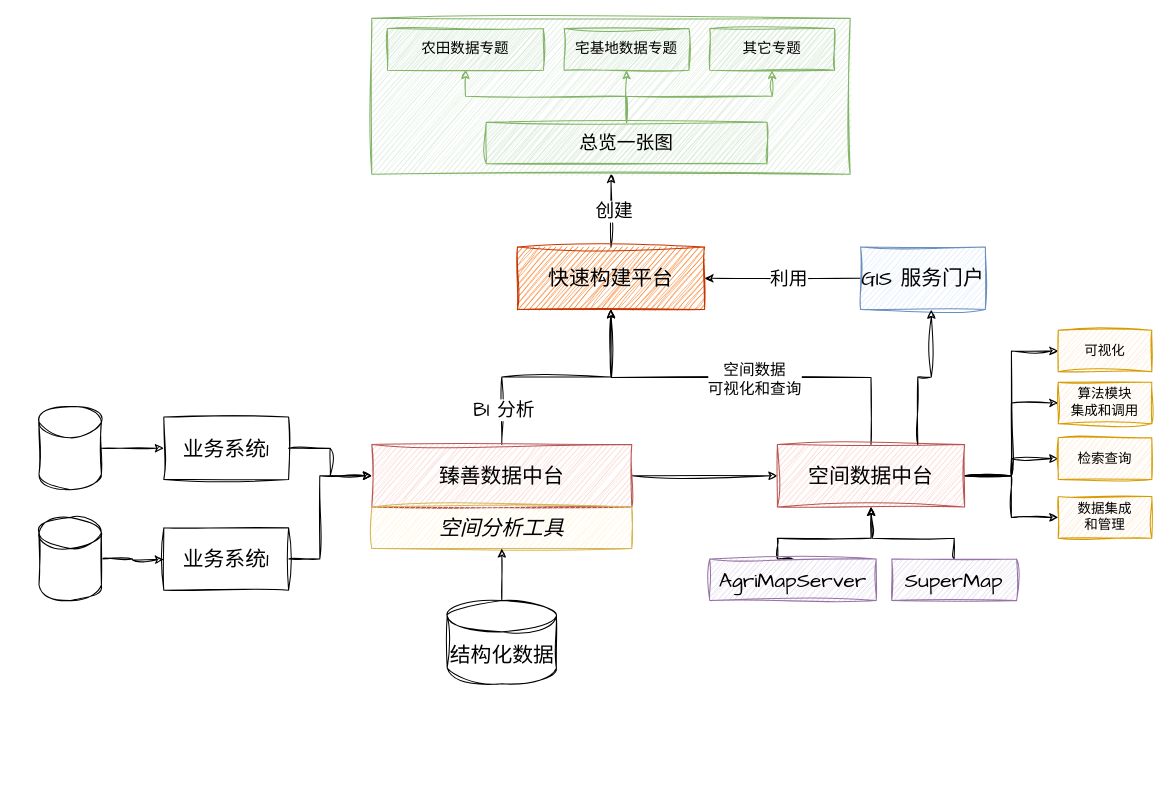
The draw.io diagram page "第 3 页" (3 of 4) of GIS 一张图.drawio in GISering/diagram, before the edit. Source tidied: cells renumbered, new cells numbered last; positions are measured from the earlier drawing's top-left corner, leaving out a move shared by most shapes. Both pictures are drawn from the tidied source at 104%, with x=0, y=0 at pixel (38, 18).
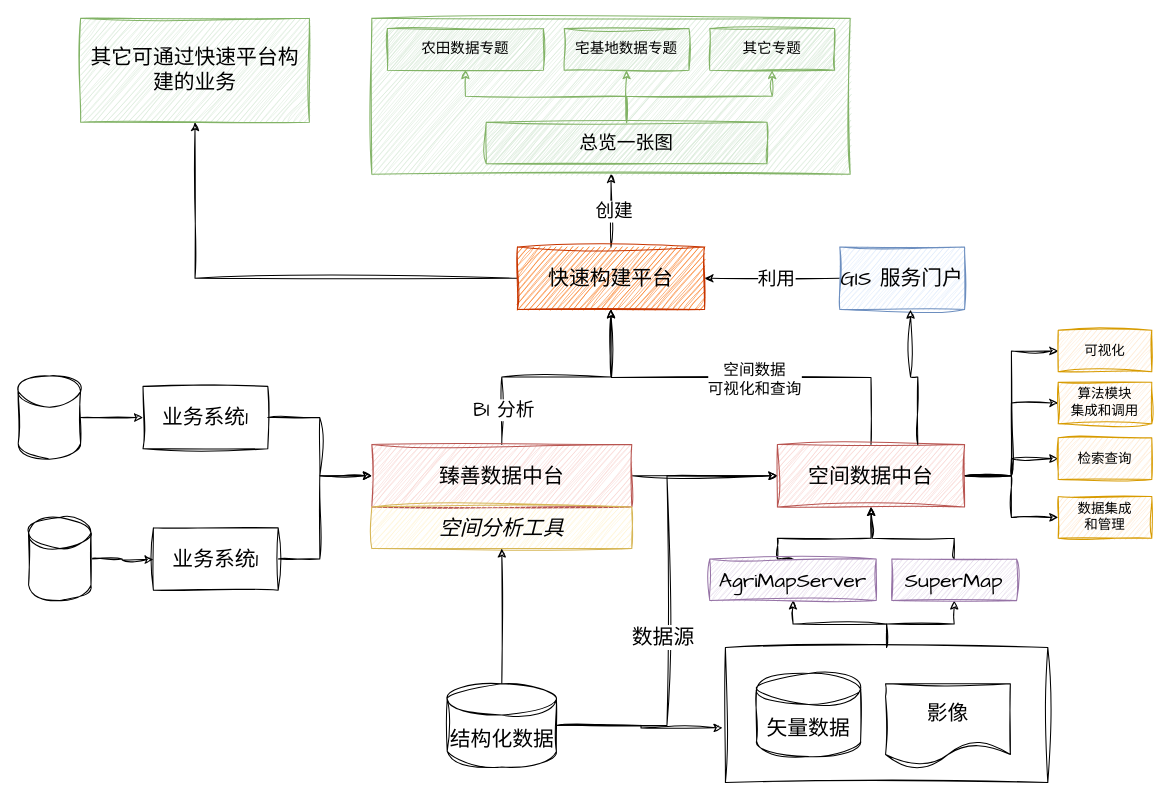
After the change.

Commit message:
更新GIS 一张图.drawio

The change refers to these unchanged cells:
```xml
<mxCell id="13" value="空间数据中台" style="rounded=0;whiteSpace=wrap;html=1;hachureGap=4;fontFamily=Architects Daughter;fontSize=20;sketch=1;curveFitting=1;jiggle=2;fillColor=#f8cecc;strokeColor=#b85450;" parent="1" vertex="1">
  <mxGeometry x="710" y="410" width="180" height="60" as="geometry" />
</mxCell>
<mxCell id="15" value="AgriMapServer" style="rounded=0;whiteSpace=wrap;html=1;sketch=1;hachureGap=4;jiggle=2;curveFitting=1;fontFamily=Architects Daughter;fontSize=20;fillColor=#e1d5e7;strokeColor=#9673a6;" parent="1" vertex="1">
  <mxGeometry x="645" y="520" width="160" height="40" as="geometry" />
</mxCell>
<mxCell id="17" value="SuperMap" style="rounded=0;whiteSpace=wrap;html=1;sketch=1;hachureGap=4;jiggle=2;curveFitting=1;fontFamily=Architects Daughter;fontSize=20;fillColor=#e1d5e7;strokeColor=#9673a6;" parent="1" vertex="1">
  <mxGeometry x="820" y="520" width="120" height="40" as="geometry" />
</mxCell>
<mxCell id="36" value="快速构建平台" style="rounded=0;whiteSpace=wrap;html=1;sketch=1;hachureGap=4;jiggle=2;curveFitting=1;fontFamily=Architects Daughter;fontSize=20;fillColor=#fa6800;fontColor=#000000;strokeColor=#C73500;" parent="1" vertex="1">
  <mxGeometry x="460" y="220" width="180" height="60" as="geometry" />
</mxCell>
```

The edit, as a diff of the source:
```diff
@@
+    <mxCell id="48" style="edgeStyle=orthogonalEdgeStyle;rounded=0;sketch=1;hachureGap=4;jiggle=2;curveFitting=1;jettySize=auto;html=1;exitX=0.5;exitY=0;exitDx=0;exitDy=0;entryX=0.5;entryY=1;entryDx=0;entryDy=0;fontFamily=Architects Daughter;fontSize=16;" parent="1" edge="1" source="50" target="15">
+      <mxGeometry relative="1" as="geometry" />
+    </mxCell>
+    <mxCell id="49" style="edgeStyle=orthogonalEdgeStyle;rounded=0;sketch=1;hachureGap=4;jiggle=2;curveFitting=1;jettySize=auto;html=1;exitX=0.5;exitY=0;exitDx=0;exitDy=0;fontFamily=Architects Daughter;fontSize=16;" parent="1" edge="1" source="50" target="17">
+      <mxGeometry relative="1" as="geometry" />
+    </mxCell>
+    <mxCell id="50" style="rounded=0;whiteSpace=wrap;html=1;sketch=1;hachureGap=4;jiggle=2;curveFitting=1;fontFamily=Architects Daughter;fontSize=20;" parent="1" vertex="1">
+      <mxGeometry x="660" y="605" width="310" height="130" as="geometry" />
+    </mxCell>
@@
     <mxCell id="33" value="GIS 服务门户" style="rounded=0;whiteSpace=wrap;html=1;sketch=1;hachureGap=4;jiggle=2;curveFitting=1;fontFamily=Architects Daughter;fontSize=20;fillColor=#dae8fc;strokeColor=#6c8ebf;" parent="1" vertex="1">
-      <mxGeometry x="790" y="220" width="120" height="60" as="geometry" />
+      <mxGeometry x="770" y="220" width="120" height="60" as="geometry" />
     </mxCell>
@@
+    <mxCell id="51" style="edgeStyle=orthogonalEdgeStyle;rounded=0;sketch=1;hachureGap=4;jiggle=2;curveFitting=1;jettySize=auto;html=1;exitX=0;exitY=0.5;exitDx=0;exitDy=0;entryX=0.5;entryY=1;entryDx=0;entryDy=0;fontFamily=Architects Daughter;fontSize=16;" parent="1" edge="1" source="36" target="54">
+      <mxGeometry relative="1" as="geometry" />
+    </mxCell>
@@
     <mxCell id="39" value="业务系统1" style="rounded=0;whiteSpace=wrap;html=1;sketch=1;hachureGap=4;jiggle=2;curveFitting=1;fontFamily=Architects Daughter;fontSize=20;" parent="1" vertex="1">
-      <mxGeometry x="120" y="383.5" width="120" height="60" as="geometry" />
+      <mxGeometry x="100" y="354" width="120" height="60" as="geometry" />
     </mxCell>
@@
     <mxCell id="41" value="业务系统1" style="rounded=0;whiteSpace=wrap;html=1;sketch=1;hachureGap=4;jiggle=2;curveFitting=1;fontFamily=Architects Daughter;fontSize=20;" parent="1" vertex="1">
-      <mxGeometry x="120" y="490" width="120" height="60" as="geometry" />
+      <mxGeometry x="110" y="490" width="120" height="60" as="geometry" />
     </mxCell>
@@
     <mxCell id="43" style="shape=cylinder3;whiteSpace=wrap;html=1;boundedLbl=1;backgroundOutline=1;size=15;sketch=1;hachureGap=4;jiggle=2;curveFitting=1;fontFamily=Architects Daughter;fontSize=20;" parent="1" vertex="1">
-      <mxGeometry y="373.5" width="60" height="80" as="geometry" />
+      <mxGeometry x="-20" y="344" width="60" height="80" as="geometry" />
     </mxCell>
     <mxCell id="44" style="edgeStyle=orthogonalEdgeStyle;rounded=0;sketch=1;hachureGap=4;jiggle=2;curveFitting=1;jettySize=auto;html=1;exitX=1;exitY=0.5;exitDx=0;exitDy=0;exitPerimeter=0;entryX=0;entryY=0.5;entryDx=0;entryDy=0;fontFamily=Architects Daughter;fontSize=16;" parent="1" edge="1" source="45">
       <mxGeometry relative="1" as="geometry">
-        <mxPoint x="120" y="520.5" as="targetPoint" />
+        <mxPoint x="110" y="520.5" as="targetPoint" />
       </mxGeometry>
     </mxCell>
     <mxCell id="45" style="shape=cylinder3;whiteSpace=wrap;html=1;boundedLbl=1;backgroundOutline=1;size=15;sketch=1;hachureGap=4;jiggle=2;curveFitting=1;fontFamily=Architects Daughter;fontSize=20;" parent="1" vertex="1">
-      <mxGeometry y="480" width="60" height="80" as="geometry" />
+      <mxGeometry x="-10" y="480" width="60" height="80" as="geometry" />
     </mxCell>
@@
+    <mxCell id="52" style="edgeStyle=orthogonalEdgeStyle;rounded=0;sketch=1;hachureGap=4;jiggle=2;curveFitting=1;jettySize=auto;html=1;exitX=1;exitY=0.5;exitDx=0;exitDy=0;exitPerimeter=0;entryX=0;entryY=0.5;entryDx=0;entryDy=0;fontFamily=Architects Daughter;fontSize=16;" parent="1" edge="1" source="47" target="13">
+      <mxGeometry relative="1" as="geometry" />
+    </mxCell>
+    <mxCell id="53" value="数据源" style="edgeLabel;html=1;align=center;verticalAlign=middle;fontSize=20;fontFamily=Architects Daughter;" parent="52" vertex="1">
+      <mxGeometry x="-0.15" y="4" relative="1" as="geometry" />
+    </mxCell>
     <mxCell id="47" value="结构化数据" style="shape=cylinder3;whiteSpace=wrap;html=1;boundedLbl=1;backgroundOutline=1;size=15;sketch=1;hachureGap=4;jiggle=2;curveFitting=1;fontFamily=Architects Daughter;fontSize=20;" parent="1" vertex="1">
-      <mxGeometry x="392.5" y="560" width="105" height="80" as="geometry" />
+      <mxGeometry x="392.5" y="640" width="105" height="80" as="geometry" />
     </mxCell>
+    <mxCell id="54" value="其它可通过快速平台构建的业务" style="rounded=0;whiteSpace=wrap;html=1;sketch=1;hachureGap=4;jiggle=2;curveFitting=1;fontFamily=Architects Daughter;fontSize=20;fillColor=#d5e8d4;strokeColor=#82b366;" parent="1" vertex="1">
+      <mxGeometry x="40" width="220" height="100" as="geometry" />
+    </mxCell>
+    <mxCell id="55" value="矢量数据" style="shape=cylinder3;whiteSpace=wrap;html=1;boundedLbl=1;backgroundOutline=1;size=15;sketch=1;hachureGap=4;jiggle=2;curveFitting=1;fontFamily=Architects Daughter;fontSize=20;" parent="1" vertex="1">
+      <mxGeometry x="690" y="630" width="100" height="80" as="geometry" />
+    </mxCell>
+    <mxCell id="56" value="影像" style="shape=document;whiteSpace=wrap;html=1;boundedLbl=1;sketch=1;hachureGap=4;jiggle=2;curveFitting=1;fontFamily=Architects Daughter;fontSize=20;" parent="1" vertex="1">
+      <mxGeometry x="814" y="640" width="120" height="80" as="geometry" />
+    </mxCell>
+    <mxCell id="57" style="edgeStyle=orthogonalEdgeStyle;rounded=0;sketch=1;hachureGap=4;jiggle=2;curveFitting=1;jettySize=auto;html=1;exitX=1;exitY=0.5;exitDx=0;exitDy=0;exitPerimeter=0;entryX=-0.009;entryY=0.595;entryDx=0;entryDy=0;entryPerimeter=0;fontFamily=Architects Daughter;fontSize=16;" parent="1" edge="1" source="47" target="50">
+      <mxGeometry relative="1" as="geometry" />
+    </mxCell>
```
